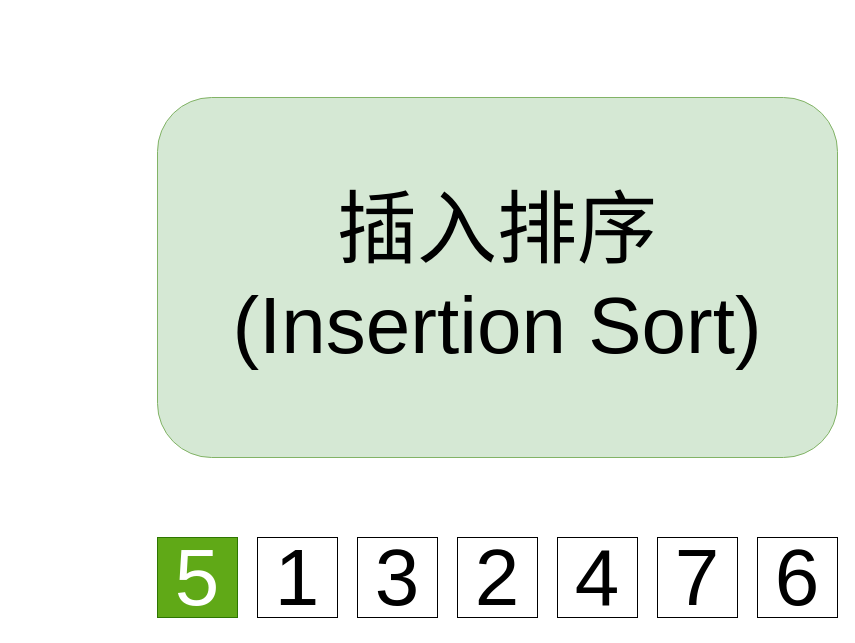
Before: page "第 1 页" (1 of 3) of 01-sorting/draw.io/01_insertion_sort.drawio in xtttttttttx/Data-Structures-and-Algorithms, a draw.io diagram. Source tidied: cells renumbered, new cells numbered last; positions are measured from the earlier drawing's top-left corner, leaving out a move shared by most shapes. Both pictures are drawn from the tidied source at 100%, with x=0, y=0 at pixel (157, 97).
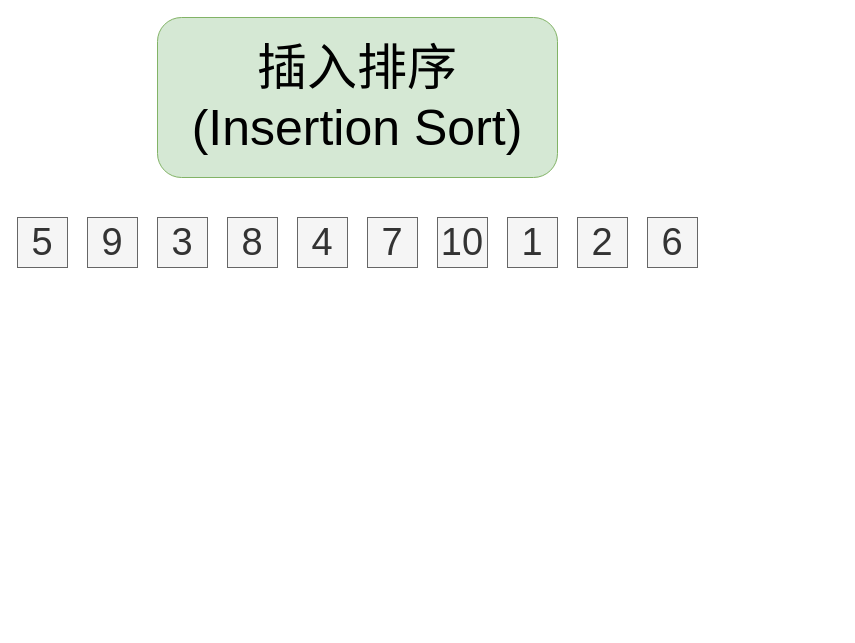
After the change.

Commit message (it also covers changes not shown here):
add selection, bubble, exchange sort code

Change to the diagram source:
```diff
@@
 <mxGraphModel>
   <root>
     <mxCell id="0" />
     <mxCell id="1" parent="0" />
-    <mxCell id="2" value="插入排序&lt;br style=&quot;font-size: 80px;&quot;&gt;(Insertion Sort)" style="rounded=1;whiteSpace=wrap;html=1;fontSize=80;fillColor=#d5e8d4;strokeColor=#82b366;" parent="1" vertex="1">
-      <mxGeometry width="680" height="360" as="geometry" />
+    <mxCell id="2" value="插入排序&lt;br style=&quot;font-size: 50px;&quot;&gt;(Insertion Sort)" style="rounded=1;whiteSpace=wrap;html=1;fontSize=50;fillColor=#d5e8d4;strokeColor=#82b366;" parent="1" vertex="1">
+      <mxGeometry y="-80" width="400" height="160" as="geometry" />
     </mxCell>
-    <mxCell id="3" value="5" style="rounded=0;whiteSpace=wrap;html=1;fontSize=80;fillColor=#60a917;strokeColor=#2D7600;fontColor=#ffffff;" parent="1" vertex="1">
-      <mxGeometry y="440" width="80" height="80" as="geometry" />
+    <mxCell id="3" value="5" style="rounded=0;whiteSpace=wrap;html=1;fontSize=38;fillColor=#f5f5f5;strokeColor=#666666;fontColor=#333333;" parent="1" vertex="1">
+      <mxGeometry x="-140" y="120" width="50" height="50" as="geometry" />
     </mxCell>
-    <mxCell id="4" value="1" style="rounded=0;whiteSpace=wrap;html=1;fontSize=80;" parent="1" vertex="1">
-      <mxGeometry x="100" y="440" width="80" height="80" as="geometry" />
+    <mxCell id="4" value="9" style="rounded=0;whiteSpace=wrap;html=1;fontSize=38;fillColor=#f5f5f5;strokeColor=#666666;fontColor=#333333;" parent="1" vertex="1">
+      <mxGeometry x="-70" y="120" width="50" height="50" as="geometry" />
     </mxCell>
-    <mxCell id="5" value="3" style="rounded=0;whiteSpace=wrap;html=1;fontSize=80;" parent="1" vertex="1">
-      <mxGeometry x="200" y="440" width="80" height="80" as="geometry" />
+    <mxCell id="5" value="3" style="rounded=0;whiteSpace=wrap;html=1;fontSize=38;fillColor=#f5f5f5;strokeColor=#666666;fontColor=#333333;" parent="1" vertex="1">
+      <mxGeometry y="120" width="50" height="50" as="geometry" />
     </mxCell>
-    <mxCell id="6" value="2" style="rounded=0;whiteSpace=wrap;html=1;fontSize=80;" parent="1" vertex="1">
-      <mxGeometry x="300" y="440" width="80" height="80" as="geometry" />
+    <mxCell id="6" value="8" style="rounded=0;whiteSpace=wrap;html=1;fontSize=38;fillColor=#f5f5f5;strokeColor=#666666;fontColor=#333333;" parent="1" vertex="1">
+      <mxGeometry x="70" y="120" width="50" height="50" as="geometry" />
     </mxCell>
-    <mxCell id="7" value="4" style="rounded=0;whiteSpace=wrap;html=1;fontSize=80;" parent="1" vertex="1">
-      <mxGeometry x="400" y="440" width="80" height="80" as="geometry" />
+    <mxCell id="7" value="4" style="rounded=0;whiteSpace=wrap;html=1;fontSize=38;fillColor=#f5f5f5;strokeColor=#666666;fontColor=#333333;" parent="1" vertex="1">
+      <mxGeometry x="140" y="120" width="50" height="50" as="geometry" />
     </mxCell>
-    <mxCell id="8" value="7" style="rounded=0;whiteSpace=wrap;html=1;fontSize=80;" parent="1" vertex="1">
-      <mxGeometry x="500" y="440" width="80" height="80" as="geometry" />
+    <mxCell id="8" value="7" style="rounded=0;whiteSpace=wrap;html=1;fontSize=38;fillColor=#f5f5f5;strokeColor=#666666;fontColor=#333333;" parent="1" vertex="1">
+      <mxGeometry x="210" y="120" width="50" height="50" as="geometry" />
     </mxCell>
-    <mxCell id="9" value="6" style="rounded=0;whiteSpace=wrap;html=1;fontSize=80;" parent="1" vertex="1">
-      <mxGeometry x="600" y="440" width="80" height="80" as="geometry" />
+    <mxCell id="9" value="10" style="rounded=0;whiteSpace=wrap;html=1;fontSize=38;fillColor=#f5f5f5;strokeColor=#666666;fontColor=#333333;" parent="1" vertex="1">
+      <mxGeometry x="280" y="120" width="50" height="50" as="geometry" />
     </mxCell>
+    <mxCell id="10" value="1" style="rounded=0;whiteSpace=wrap;html=1;fontSize=38;fillColor=#f5f5f5;strokeColor=#666666;fontColor=#333333;" parent="1" vertex="1">
+      <mxGeometry x="350" y="120" width="50" height="50" as="geometry" />
+    </mxCell>
+    <mxCell id="11" value="2" style="rounded=0;whiteSpace=wrap;html=1;fontSize=38;fillColor=#f5f5f5;strokeColor=#666666;fontColor=#333333;" parent="1" vertex="1">
+      <mxGeometry x="420" y="120" width="50" height="50" as="geometry" />
+    </mxCell>
+    <mxCell id="12" value="6" style="rounded=0;whiteSpace=wrap;html=1;fontSize=38;fillColor=#f5f5f5;strokeColor=#666666;fontColor=#333333;" parent="1" vertex="1">
+      <mxGeometry x="490" y="120" width="50" height="50" as="geometry" />
+    </mxCell>
   </root>
 </mxGraphModel>
```
